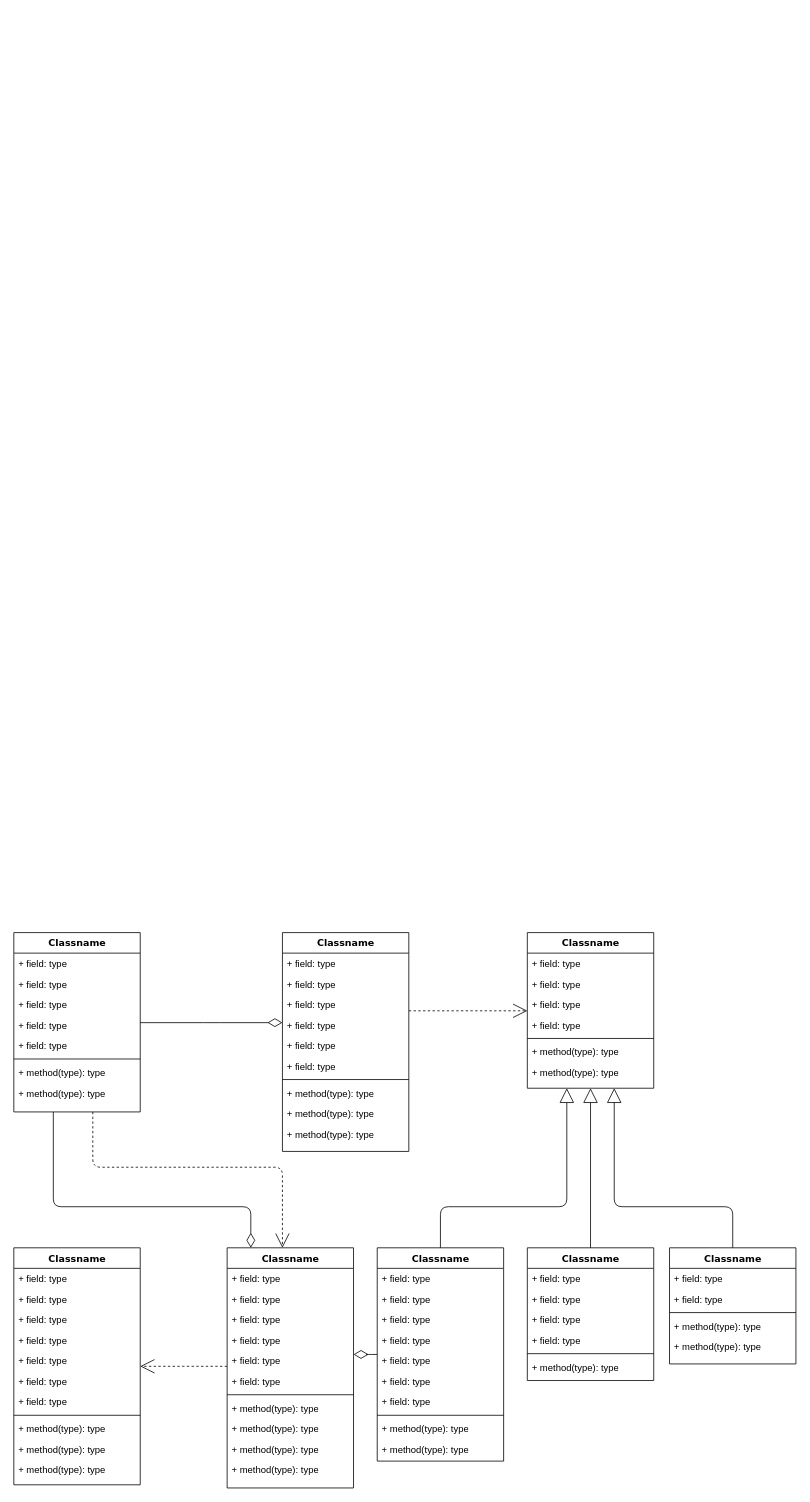
Before: resources/Untitled Diagram.drawio in WarwickBrown/Super-Pac-Man, a draw.io diagram. Source tidied: cells renumbered, new cells numbered last; positions are measured from the earlier drawing's top-left corner, leaving out a move shared by most shapes. Both pictures are drawn from the tidied source at 79%, with x=0, y=0 at pixel (13, 932).
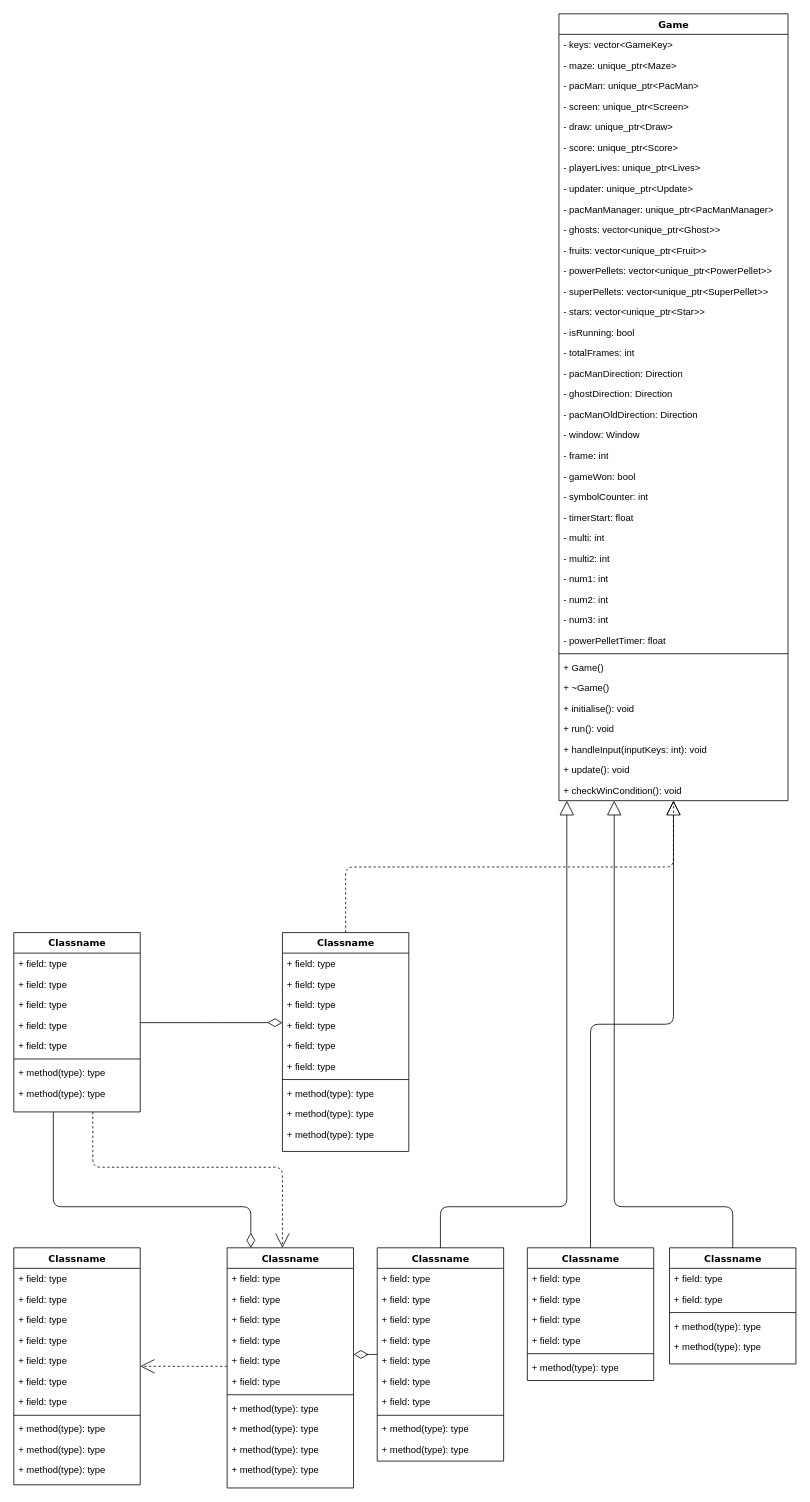
The same page after the edit.

Change to the diagram source:
```diff
@@
-    <mxCell id="25" value="Classname" style="swimlane;html=1;fontStyle=1;align=center;verticalAlign=top;horizontal=1;startSize=26;swimlaneFillColor=#ffffff;rounded=0;shadow=0;comic=0;labelBackgroundColor=none;strokeWidth=1;fillColor=none;fontFamily=Verdana;fontSize=12;" parent="1" vertex="1">
-      <mxGeometry x="650" width="160" height="197" as="geometry" />
+    <mxCell id="25" value="Game" style="swimlane;html=1;fontStyle=1;align=center;verticalAlign=top;horizontal=1;startSize=26;swimlaneFillColor=#ffffff;rounded=0;shadow=0;comic=0;labelBackgroundColor=none;strokeWidth=1;fillColor=none;fontFamily=Verdana;fontSize=12;" parent="1" vertex="1">
+      <mxGeometry x="690" y="-1163" width="290" height="996" as="geometry" />
     </mxCell>
-    <mxCell id="26" value="+ field: type" style="text;html=1;strokeColor=none;fillColor=none;align=left;verticalAlign=top;spacingLeft=4;spacingRight=4;whiteSpace=wrap;overflow=hidden;" parent="25" vertex="1">
-      <mxGeometry y="26" width="160" height="26" as="geometry" />
+    <mxCell id="26" value="- keys: vector&amp;lt;GameKey&amp;gt;" style="text;html=1;strokeColor=none;fillColor=none;align=left;verticalAlign=top;spacingLeft=4;spacingRight=4;whiteSpace=wrap;overflow=hidden;" parent="25" vertex="1">
+      <mxGeometry y="26" width="290" height="26" as="geometry" />
     </mxCell>
+    <mxCell id="87" value="- maze: unique_ptr&amp;lt;Maze&amp;gt;" style="text;html=1;strokeColor=none;fillColor=none;align=left;verticalAlign=top;spacingLeft=4;spacingRight=4;whiteSpace=wrap;overflow=hidden;" parent="25" vertex="1">
+      <mxGeometry y="52" width="290" height="26" as="geometry" />
+    </mxCell>
+    <mxCell id="88" value="- pacMan: unique_ptr&amp;lt;PacMan&amp;gt;" style="text;html=1;strokeColor=none;fillColor=none;align=left;verticalAlign=top;spacingLeft=4;spacingRight=4;whiteSpace=wrap;overflow=hidden;" parent="25" vertex="1">
+      <mxGeometry y="78" width="290" height="26" as="geometry" />
+    </mxCell>
+    <mxCell id="89" value="- screen: unique_ptr&amp;lt;Screen&amp;gt;" style="text;html=1;strokeColor=none;fillColor=none;align=left;verticalAlign=top;spacingLeft=4;spacingRight=4;whiteSpace=wrap;overflow=hidden;" parent="25" vertex="1">
+      <mxGeometry y="104" width="290" height="26" as="geometry" />
+    </mxCell>
+    <mxCell id="90" value="- draw: unique_ptr&amp;lt;Draw&amp;gt;" style="text;html=1;strokeColor=none;fillColor=none;align=left;verticalAlign=top;spacingLeft=4;spacingRight=4;whiteSpace=wrap;overflow=hidden;" parent="25" vertex="1">
+      <mxGeometry y="130" width="290" height="26" as="geometry" />
+    </mxCell>
+    <mxCell id="91" value="- score: unique_ptr&amp;lt;Score&amp;gt;" style="text;html=1;strokeColor=none;fillColor=none;align=left;verticalAlign=top;spacingLeft=4;spacingRight=4;whiteSpace=wrap;overflow=hidden;" parent="25" vertex="1">
+      <mxGeometry y="156" width="290" height="26" as="geometry" />
+    </mxCell>
+    <mxCell id="92" value="- playerLives: unique_ptr&amp;lt;Lives&amp;gt;" style="text;html=1;strokeColor=none;fillColor=none;align=left;verticalAlign=top;spacingLeft=4;spacingRight=4;whiteSpace=wrap;overflow=hidden;" parent="25" vertex="1">
+      <mxGeometry y="182" width="290" height="26" as="geometry" />
+    </mxCell>
+    <mxCell id="93" value="- updater: unique_ptr&amp;lt;Update&amp;gt;" style="text;html=1;strokeColor=none;fillColor=none;align=left;verticalAlign=top;spacingLeft=4;spacingRight=4;whiteSpace=wrap;overflow=hidden;" parent="25" vertex="1">
+      <mxGeometry y="208" width="290" height="26" as="geometry" />
+    </mxCell>
+    <mxCell id="94" value="- pacManManager: unique_ptr&amp;lt;PacManManager&amp;gt;" style="text;html=1;strokeColor=none;fillColor=none;align=left;verticalAlign=top;spacingLeft=4;spacingRight=4;whiteSpace=wrap;overflow=hidden;" parent="25" vertex="1">
+      <mxGeometry y="234" width="290" height="26" as="geometry" />
+    </mxCell>
+    <mxCell id="95" value="- ghosts: vector&amp;lt;unique_ptr&amp;lt;Ghost&amp;gt;&amp;gt;" style="text;html=1;strokeColor=none;fillColor=none;align=left;verticalAlign=top;spacingLeft=4;spacingRight=4;whiteSpace=wrap;overflow=hidden;" parent="25" vertex="1">
+      <mxGeometry y="260" width="290" height="26" as="geometry" />
+    </mxCell>
+    <mxCell id="96" value="- fruits: vector&amp;lt;unique_ptr&amp;lt;Fruit&amp;gt;&amp;gt;" style="text;html=1;strokeColor=none;fillColor=none;align=left;verticalAlign=top;spacingLeft=4;spacingRight=4;whiteSpace=wrap;overflow=hidden;" parent="25" vertex="1">
+      <mxGeometry y="286" width="290" height="26" as="geometry" />
+    </mxCell>
+    <mxCell id="97" value="- powerPellets: vector&amp;lt;unique_ptr&amp;lt;PowerPellet&amp;gt;&amp;gt;" style="text;html=1;strokeColor=none;fillColor=none;align=left;verticalAlign=top;spacingLeft=4;spacingRight=4;whiteSpace=wrap;overflow=hidden;" parent="25" vertex="1">
+      <mxGeometry y="312" width="290" height="26" as="geometry" />
+    </mxCell>
+    <mxCell id="98" value="- superPellets: vector&amp;lt;unique_ptr&amp;lt;SuperPellet&amp;gt;&amp;gt;" style="text;html=1;strokeColor=none;fillColor=none;align=left;verticalAlign=top;spacingLeft=4;spacingRight=4;whiteSpace=wrap;overflow=hidden;" parent="25" vertex="1">
+      <mxGeometry y="338" width="290" height="26" as="geometry" />
+    </mxCell>
+    <mxCell id="99" value="- stars: vector&amp;lt;unique_ptr&amp;lt;Star&amp;gt;&amp;gt;" style="text;html=1;strokeColor=none;fillColor=none;align=left;verticalAlign=top;spacingLeft=4;spacingRight=4;whiteSpace=wrap;overflow=hidden;" parent="25" vertex="1">
+      <mxGeometry y="364" width="290" height="26" as="geometry" />
+    </mxCell>
+    <mxCell id="100" value="- isRunning: bool&lt;span style=&quot;white-space: pre;&quot;&gt;&#9;&lt;/span&gt;" style="text;html=1;strokeColor=none;fillColor=none;align=left;verticalAlign=top;spacingLeft=4;spacingRight=4;whiteSpace=wrap;overflow=hidden;" parent="25" vertex="1">
+      <mxGeometry y="390" width="290" height="26" as="geometry" />
+    </mxCell>
-    <mxCell id="27" value="+ field: type" style="text;html=1;strokeColor=none;fillColor=none;align=left;verticalAlign=top;spacingLeft=4;spacingRight=4;whiteSpace=wrap;overflow=hidden;" parent="25" vertex="1">
-      <mxGeometry y="52" width="160" height="26" as="geometry" />
+    <mxCell id="27" value="- totalFrames: int" style="text;html=1;strokeColor=none;fillColor=none;align=left;verticalAlign=top;spacingLeft=4;spacingRight=4;whiteSpace=wrap;overflow=hidden;" parent="25" vertex="1">
+      <mxGeometry y="416" width="290" height="26" as="geometry" />
     </mxCell>
-    <mxCell id="28" value="+ field: type" style="text;html=1;strokeColor=none;fillColor=none;align=left;verticalAlign=top;spacingLeft=4;spacingRight=4;whiteSpace=wrap;overflow=hidden;" parent="25" vertex="1">
-      <mxGeometry y="78" width="160" height="26" as="geometry" />
+    <mxCell id="28" value="- pacManDirection: Direction" style="text;html=1;strokeColor=none;fillColor=none;align=left;verticalAlign=top;spacingLeft=4;spacingRight=4;whiteSpace=wrap;overflow=hidden;" parent="25" vertex="1">
+      <mxGeometry y="442" width="290" height="26" as="geometry" />
     </mxCell>
-    <mxCell id="29" value="+ field: type" style="text;html=1;strokeColor=none;fillColor=none;align=left;verticalAlign=top;spacingLeft=4;spacingRight=4;whiteSpace=wrap;overflow=hidden;" parent="25" vertex="1">
-      <mxGeometry y="104" width="160" height="26" as="geometry" />
+    <mxCell id="29" value="- ghostDirection: Direction" style="text;html=1;strokeColor=none;fillColor=none;align=left;verticalAlign=top;spacingLeft=4;spacingRight=4;whiteSpace=wrap;overflow=hidden;" parent="25" vertex="1">
+      <mxGeometry y="468" width="290" height="26" as="geometry" />
     </mxCell>
+    <mxCell id="101" value="- pacManOldDirection: Direction" style="text;html=1;strokeColor=none;fillColor=none;align=left;verticalAlign=top;spacingLeft=4;spacingRight=4;whiteSpace=wrap;overflow=hidden;" parent="25" vertex="1">
+      <mxGeometry y="494" width="290" height="26" as="geometry" />
+    </mxCell>
+    <mxCell id="102" value="&lt;div&gt;- window: Window&lt;/div&gt;&lt;div&gt;&lt;br&gt;&lt;/div&gt;" style="text;html=1;strokeColor=none;fillColor=none;align=left;verticalAlign=top;spacingLeft=4;spacingRight=4;whiteSpace=wrap;overflow=hidden;" parent="25" vertex="1">
+      <mxGeometry y="520" width="290" height="26" as="geometry" />
+    </mxCell>
+    <mxCell id="103" value="- frame: int" style="text;html=1;strokeColor=none;fillColor=none;align=left;verticalAlign=top;spacingLeft=4;spacingRight=4;whiteSpace=wrap;overflow=hidden;" parent="25" vertex="1">
+      <mxGeometry y="546" width="290" height="26" as="geometry" />
+    </mxCell>
+    <mxCell id="104" value="- gameWon: bool" style="text;html=1;strokeColor=none;fillColor=none;align=left;verticalAlign=top;spacingLeft=4;spacingRight=4;whiteSpace=wrap;overflow=hidden;" parent="25" vertex="1">
+      <mxGeometry y="572" width="290" height="26" as="geometry" />
+    </mxCell>
+    <mxCell id="105" value="- symbolCounter: int" style="text;html=1;strokeColor=none;fillColor=none;align=left;verticalAlign=top;spacingLeft=4;spacingRight=4;whiteSpace=wrap;overflow=hidden;" parent="25" vertex="1">
+      <mxGeometry y="598" width="290" height="26" as="geometry" />
+    </mxCell>
+    <mxCell id="106" value="- timerStart: float" style="text;html=1;strokeColor=none;fillColor=none;align=left;verticalAlign=top;spacingLeft=4;spacingRight=4;whiteSpace=wrap;overflow=hidden;" parent="25" vertex="1">
+      <mxGeometry y="624" width="290" height="26" as="geometry" />
+    </mxCell>
+    <mxCell id="107" value="- multi: int" style="text;html=1;strokeColor=none;fillColor=none;align=left;verticalAlign=top;spacingLeft=4;spacingRight=4;whiteSpace=wrap;overflow=hidden;" parent="25" vertex="1">
+      <mxGeometry y="650" width="290" height="26" as="geometry" />
+    </mxCell>
+    <mxCell id="108" value="- multi2: int" style="text;html=1;strokeColor=none;fillColor=none;align=left;verticalAlign=top;spacingLeft=4;spacingRight=4;whiteSpace=wrap;overflow=hidden;" parent="25" vertex="1">
+      <mxGeometry y="676" width="290" height="26" as="geometry" />
+    </mxCell>
+    <mxCell id="109" value="- num1: int" style="text;html=1;strokeColor=none;fillColor=none;align=left;verticalAlign=top;spacingLeft=4;spacingRight=4;whiteSpace=wrap;overflow=hidden;" parent="25" vertex="1">
+      <mxGeometry y="702" width="290" height="26" as="geometry" />
+    </mxCell>
+    <mxCell id="110" value="- num2: int" style="text;html=1;strokeColor=none;fillColor=none;align=left;verticalAlign=top;spacingLeft=4;spacingRight=4;whiteSpace=wrap;overflow=hidden;" parent="25" vertex="1">
+      <mxGeometry y="728" width="290" height="26" as="geometry" />
+    </mxCell>
+    <mxCell id="111" value="- num3: int" style="text;html=1;strokeColor=none;fillColor=none;align=left;verticalAlign=top;spacingLeft=4;spacingRight=4;whiteSpace=wrap;overflow=hidden;" parent="25" vertex="1">
+      <mxGeometry y="754" width="290" height="26" as="geometry" />
+    </mxCell>
+    <mxCell id="112" value="- powerPelletTimer: float" style="text;html=1;strokeColor=none;fillColor=none;align=left;verticalAlign=top;spacingLeft=4;spacingRight=4;whiteSpace=wrap;overflow=hidden;" parent="25" vertex="1">
+      <mxGeometry y="780" width="290" height="26" as="geometry" />
+    </mxCell>
     <mxCell id="30" style="line;html=1;strokeWidth=1;fillColor=none;align=left;verticalAlign=middle;spacingTop=-1;spacingLeft=3;spacingRight=3;labelPosition=right;" parent="25" vertex="1">
-      <mxGeometry y="130" width="160" height="8" as="geometry" />
+      <mxGeometry y="806" width="290" height="8" as="geometry" />
     </mxCell>
-    <mxCell id="31" value="+ method(type): type" style="text;html=1;strokeColor=none;fillColor=none;align=left;verticalAlign=top;spacingLeft=4;spacingRight=4;whiteSpace=wrap;overflow=hidden;" parent="25" vertex="1">
-      <mxGeometry y="138" width="160" height="26" as="geometry" />
-    </mxCell>
-    <mxCell id="32" value="+ method(type): type" style="text;html=1;strokeColor=none;fillColor=none;align=left;verticalAlign=top;spacingLeft=4;spacingRight=4;whiteSpace=wrap;overflow=hidden;" parent="25" vertex="1">
-      <mxGeometry y="164" width="160" height="26" as="geometry" />
+    <mxCell id="32" value="+ Game()" style="text;html=1;strokeColor=none;fillColor=none;align=left;verticalAlign=top;spacingLeft=4;spacingRight=4;whiteSpace=wrap;overflow=hidden;" parent="25" vertex="1">
+      <mxGeometry y="814" width="290" height="26" as="geometry" />
     </mxCell>
+    <mxCell id="113" value="+ ~Game()" style="text;html=1;strokeColor=none;fillColor=none;align=left;verticalAlign=top;spacingLeft=4;spacingRight=4;whiteSpace=wrap;overflow=hidden;" parent="25" vertex="1">
+      <mxGeometry y="840" width="290" height="26" as="geometry" />
+    </mxCell>
+    <mxCell id="114" value="+ initialise(): void" style="text;html=1;strokeColor=none;fillColor=none;align=left;verticalAlign=top;spacingLeft=4;spacingRight=4;whiteSpace=wrap;overflow=hidden;" parent="25" vertex="1">
+      <mxGeometry y="866" width="290" height="26" as="geometry" />
+    </mxCell>
+    <mxCell id="115" value="+ run(): void" style="text;html=1;strokeColor=none;fillColor=none;align=left;verticalAlign=top;spacingLeft=4;spacingRight=4;whiteSpace=wrap;overflow=hidden;" parent="25" vertex="1">
+      <mxGeometry y="892" width="290" height="26" as="geometry" />
+    </mxCell>
+    <mxCell id="116" value="+ handleInput(inputKeys: int): void" style="text;html=1;strokeColor=none;fillColor=none;align=left;verticalAlign=top;spacingLeft=4;spacingRight=4;whiteSpace=wrap;overflow=hidden;" parent="25" vertex="1">
+      <mxGeometry y="918" width="290" height="26" as="geometry" />
+    </mxCell>
+    <mxCell id="117" value="+ update(): void" style="text;html=1;strokeColor=none;fillColor=none;align=left;verticalAlign=top;spacingLeft=4;spacingRight=4;whiteSpace=wrap;overflow=hidden;" parent="25" vertex="1">
+      <mxGeometry y="944" width="290" height="26" as="geometry" />
+    </mxCell>
+    <mxCell id="118" value="+ checkWinCondition(): void" style="text;html=1;strokeColor=none;fillColor=none;align=left;verticalAlign=top;spacingLeft=4;spacingRight=4;whiteSpace=wrap;overflow=hidden;" parent="25" vertex="1">
+      <mxGeometry y="970" width="290" height="26" as="geometry" />
+    </mxCell>
```
